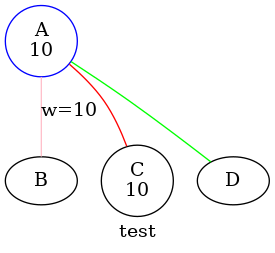
Above: output.png in BDhanush/Network-Visualizer-Language (Graphviz), before the change. Its source is kept beside it as output.dot.
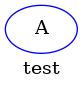
Above is the later version.

The edit, as a diff of the source:
```diff
@@ -1,12 +1,4 @@
 strict graph G {
 label="test";
 A [color="blue"];
-B [label="B"];
-C [label="C"];
-A -- B [weight=10][label="w=10"];
-A -- B [color="pink"];
-A -- C [color="red"];
-A -- D [color="green"];
-A [label="A\n10"];
-C [label="C\n10"];
 }
```
